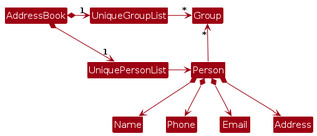
Earlier version of the PlantUML export diagrams/BetterModelClassDiagram.png (jocelyn-soh/tp). Its source is kept beside it as diagrams/BetterModelClassDiagram.puml.
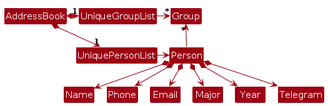
Above is the later version.

The edit, as a diff of the source:
```diff
@@ -1,4 +1,5 @@
 @startuml
+!pragma layout smetana
 !include style.puml
 skinparam arrowThickness 1.1
 skinparam arrowColor MODEL_COLOR
@@ -17,5 +18,7 @@
 Person *--> Name
 Person *--> Phone
 Person *--> Email
-Person *--> Address
+Person *--> Major
+Person *--> Year
+Person *--> Telegram
 @enduml
```
